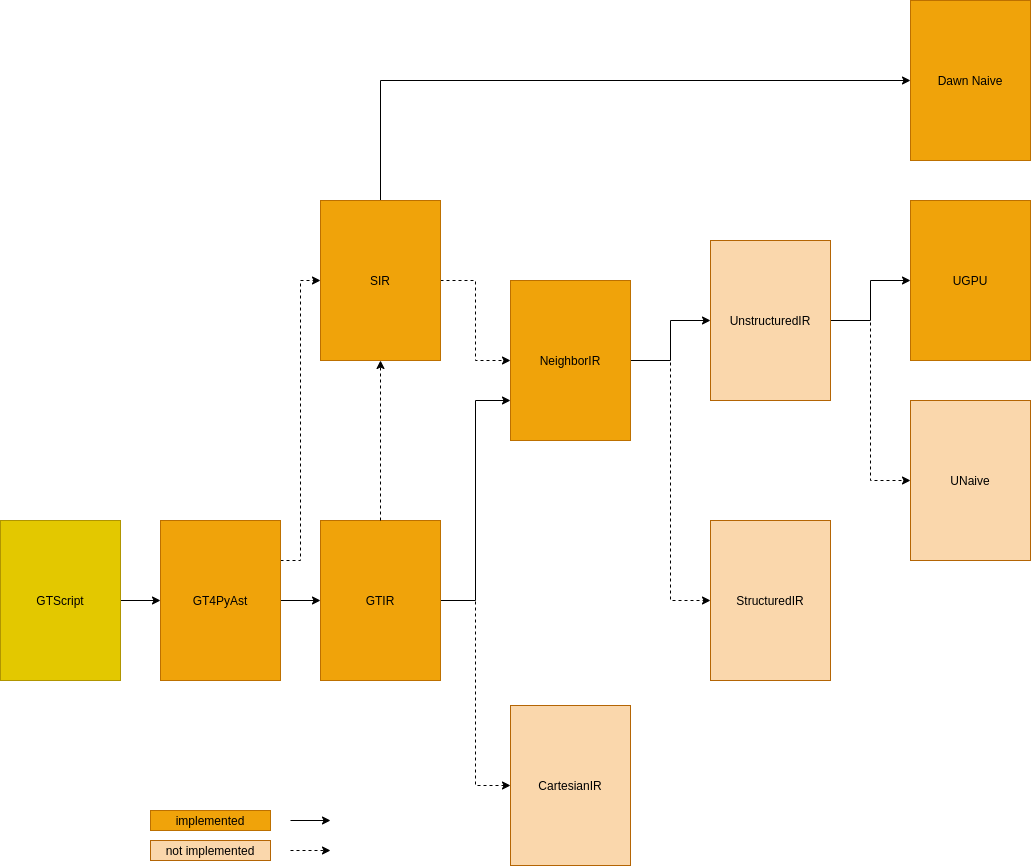
tehrengruber/gtc keeps this draw.io diagram as src/gtc/gtc_irs.drawio.png. Above is the earlier version. Source tidied: cells renumbered, new cells last; positions are measured from the earlier drawing's top-left corner, leaving out a move shared by most shapes.
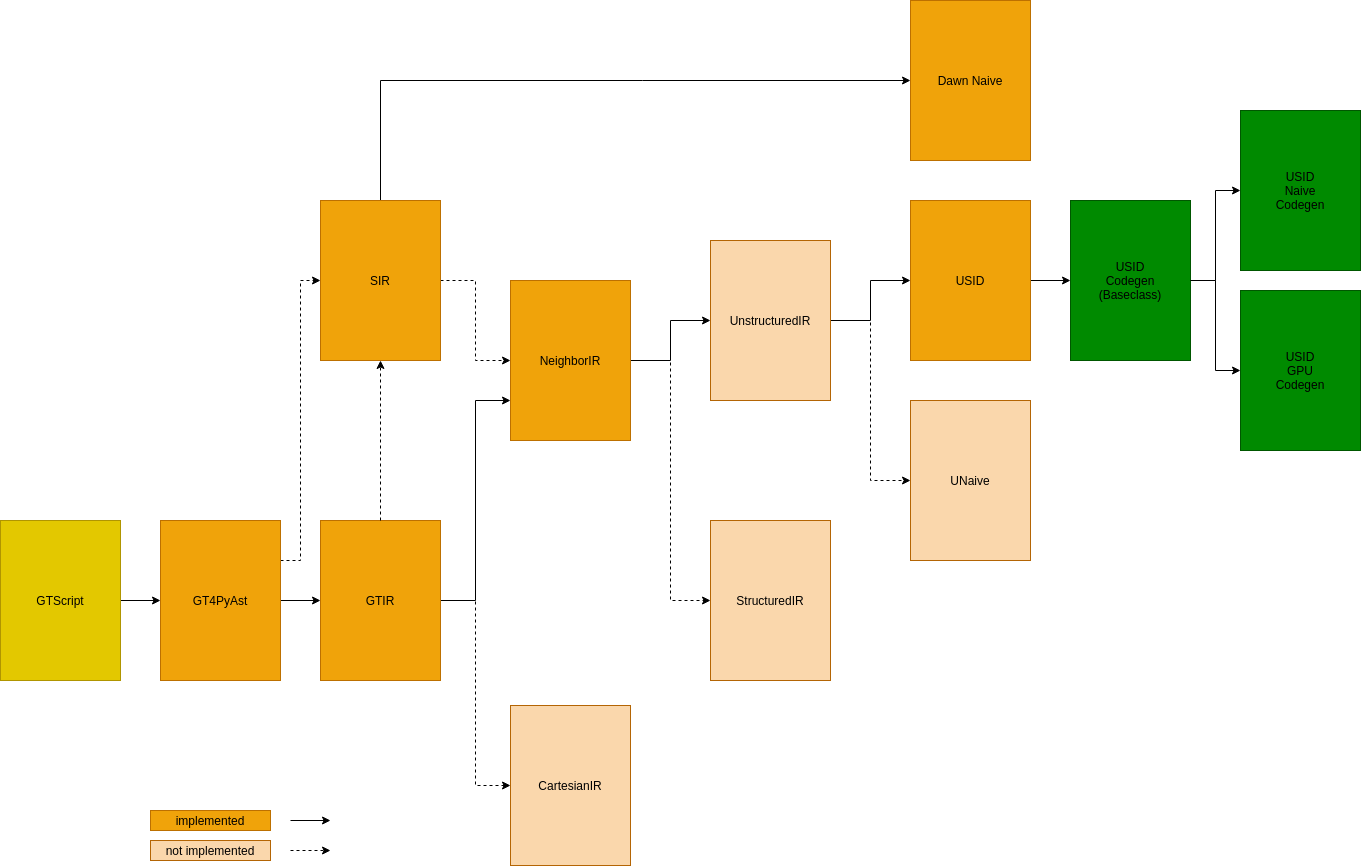
Later version of the same file.

Commit message:
update gtc diagram

What changed in the source:
```diff
@@ -32,7 +32,13 @@
     <mxCell id="11" value="&lt;font color=&quot;#000000&quot;&gt;StructuredIR&lt;/font&gt;" style="rounded=0;whiteSpace=wrap;html=1;fontFamily=Helvetica;fontSize=12;align=center;strokeColor=#b46504;fillColor=#fad7ac;" parent="1" vertex="1">
       <mxGeometry x="710" y="520" width="120" height="160" as="geometry" />
     </mxCell>
+    <mxCell id="30" style="edgeStyle=orthogonalEdgeStyle;rounded=0;jettySize=auto;html=1;exitX=1;exitY=0.5;exitDx=0;exitDy=0;" parent="1" edge="1" source="34" target="32">
+      <mxGeometry relative="1" as="geometry" />
+    </mxCell>
+    <mxCell id="31" style="edgeStyle=orthogonalEdgeStyle;rounded=0;jettySize=auto;html=1;" parent="1" edge="1" source="12" target="34">
+      <mxGeometry relative="1" as="geometry" />
+    </mxCell>
-    <mxCell id="12" value="&lt;font color=&quot;#000000&quot;&gt;UGPU&lt;/font&gt;" style="rounded=0;whiteSpace=wrap;html=1;fontFamily=Helvetica;fontSize=12;fontColor=#ffffff;align=center;strokeColor=#BD7000;fillColor=#f0a30a;" parent="1" vertex="1">
+    <mxCell id="12" value="&lt;font color=&quot;#000000&quot;&gt;USID&lt;/font&gt;" style="rounded=0;whiteSpace=wrap;html=1;fontFamily=Helvetica;fontSize=12;fontColor=#ffffff;align=center;strokeColor=#BD7000;fillColor=#f0a30a;" parent="1" vertex="1">
       <mxGeometry x="910" y="200" width="120" height="160" as="geometry" />
     </mxCell>
     <mxCell id="13" value="&lt;font color=&quot;#000000&quot;&gt;UNaive&lt;/font&gt;" style="rounded=0;whiteSpace=wrap;html=1;fontFamily=Helvetica;fontSize=12;align=center;strokeColor=#b46504;fillColor=#fad7ac;" parent="1" vertex="1">
@@ -96,5 +102,17 @@
     <mxCell id="29" value="&lt;font color=&quot;#000000&quot;&gt;Dawn Naive&lt;br&gt;&lt;/font&gt;" style="rounded=0;whiteSpace=wrap;html=1;fontFamily=Helvetica;fontSize=12;fontColor=#ffffff;align=center;strokeColor=#BD7000;fillColor=#f0a30a;" parent="1" vertex="1">
       <mxGeometry x="910" width="120" height="160" as="geometry" />
     </mxCell>
+    <mxCell id="32" value="&lt;font color=&quot;#000000&quot;&gt;USID&lt;br&gt;Naive&lt;br&gt;Codegen&lt;br&gt;&lt;/font&gt;" style="rounded=0;whiteSpace=wrap;html=1;fontFamily=Helvetica;fontSize=12;fontColor=#ffffff;align=center;strokeColor=#005700;fillColor=#008a00;" parent="1" vertex="1">
+      <mxGeometry x="1240" y="110" width="120" height="160" as="geometry" />
+    </mxCell>
+    <mxCell id="33" value="&lt;font color=&quot;#000000&quot;&gt;USID&lt;br&gt;GPU&lt;br&gt;Codegen&lt;br&gt;&lt;/font&gt;" style="rounded=0;whiteSpace=wrap;html=1;fontFamily=Helvetica;fontSize=12;fontColor=#ffffff;align=center;strokeColor=#005700;fillColor=#008a00;" parent="1" vertex="1">
+      <mxGeometry x="1240" y="290" width="120" height="160" as="geometry" />
+    </mxCell>
+    <mxCell id="34" value="&lt;font color=&quot;#000000&quot;&gt;USID&lt;br&gt;Codegen&lt;br&gt;(Baseclass)&lt;br&gt;&lt;/font&gt;" style="rounded=0;whiteSpace=wrap;html=1;fontFamily=Helvetica;fontSize=12;fontColor=#ffffff;align=center;strokeColor=#005700;fillColor=#008a00;" parent="1" vertex="1">
+      <mxGeometry x="1070" y="200" width="120" height="160" as="geometry" />
+    </mxCell>
+    <mxCell id="35" style="edgeStyle=orthogonalEdgeStyle;rounded=0;jettySize=auto;html=1;exitX=1;exitY=0.5;exitDx=0;exitDy=0;entryX=0;entryY=0.5;entryDx=0;entryDy=0;" parent="1" edge="1" source="34" target="33">
+      <mxGeometry relative="1" as="geometry" />
+    </mxCell>
   </root>
 </mxGraphModel>
```
